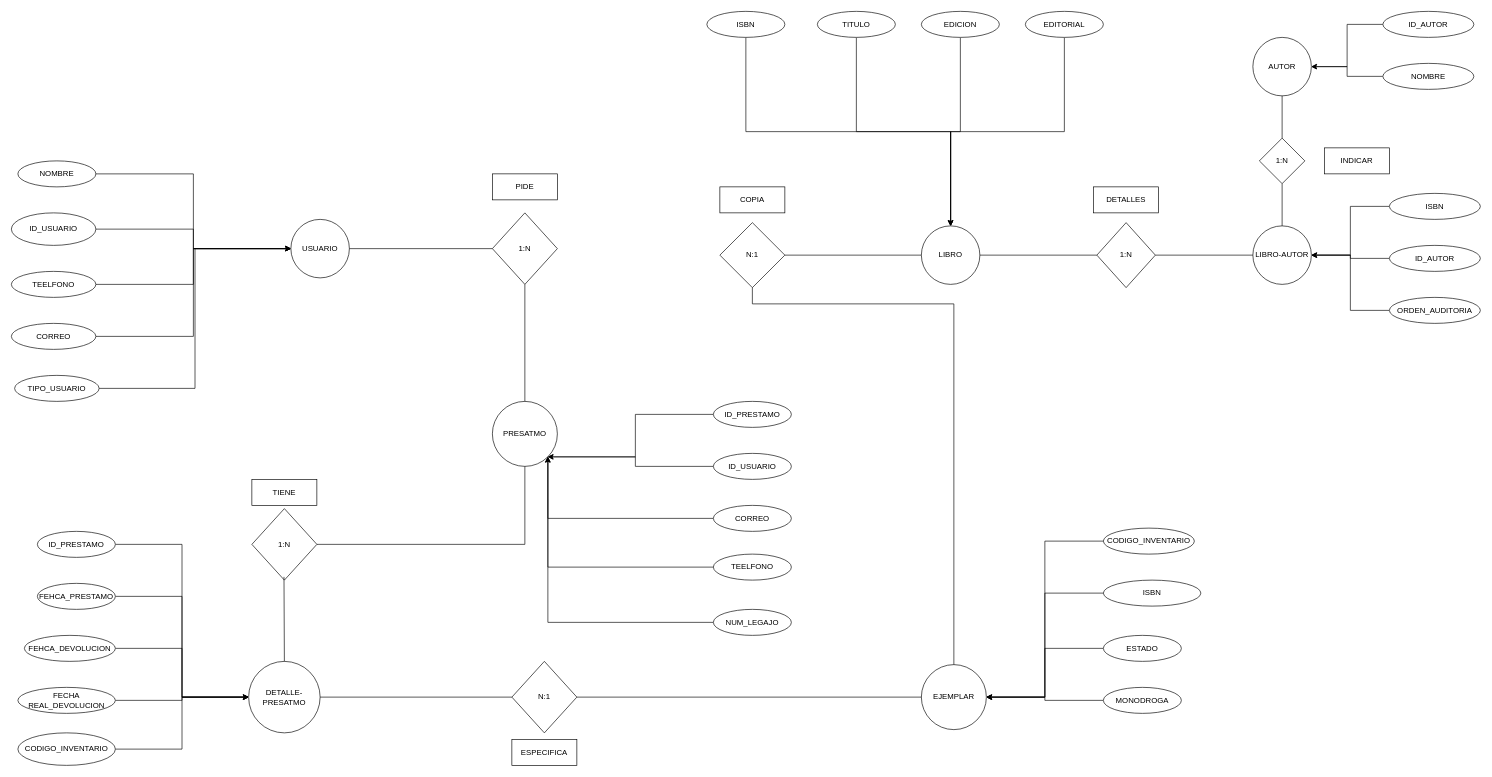
Juanjo-234/UNIDAD-2-BASE-DE-DATOS-EJERCICIO-1 keeps this draw.io diagram as EJERCICIO 1.drawio. Above is the earlier version. Source tidied: cells renumbered, new cells numbered last; positions are measured from the earlier drawing's top-left corner, leaving out a move shared by most shapes. Both pictures are drawn from the tidied source at 65%, with x=0, y=0 at pixel (11, 11).
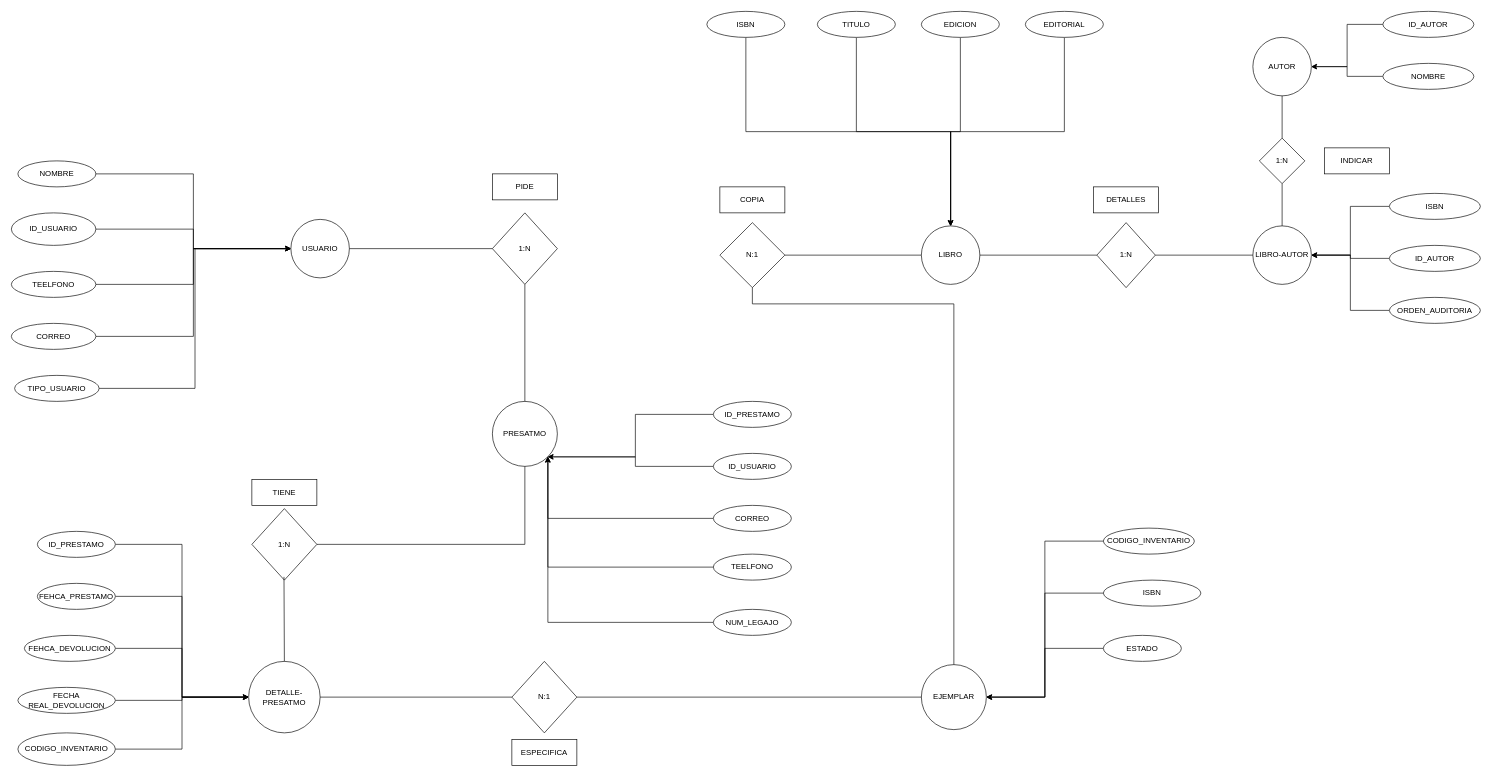
After the change.

Unchanged cells that the change refers to:
```xml
<mxCell id="5" value="EJEMPLAR" style="ellipse;whiteSpace=wrap;html=1;shapeInside=1;" parent="1" vertex="1">
  <mxGeometry x="1400" y="1005" width="100" height="100" as="geometry" />
</mxCell>
```

Diff of the diagram source:
```diff
@@
-    <mxCell id="41" style="edgeStyle=orthogonalEdgeStyle;rounded=0;jettySize=auto;html=1;exitX=0;exitY=0.5;exitDx=0;exitDy=0;entryX=1;entryY=0.5;entryDx=0;entryDy=0;" parent="1" edge="1" source="42" target="5">
-      <mxGeometry relative="1" as="geometry" />
-    </mxCell>
-    <mxCell id="42" value="MONODROGA" style="ellipse;whiteSpace=wrap;html=1;align=center;" parent="1" vertex="1">
-      <mxGeometry x="1680" y="1040" width="120" height="40" as="geometry" />
-    </mxCell>
```
